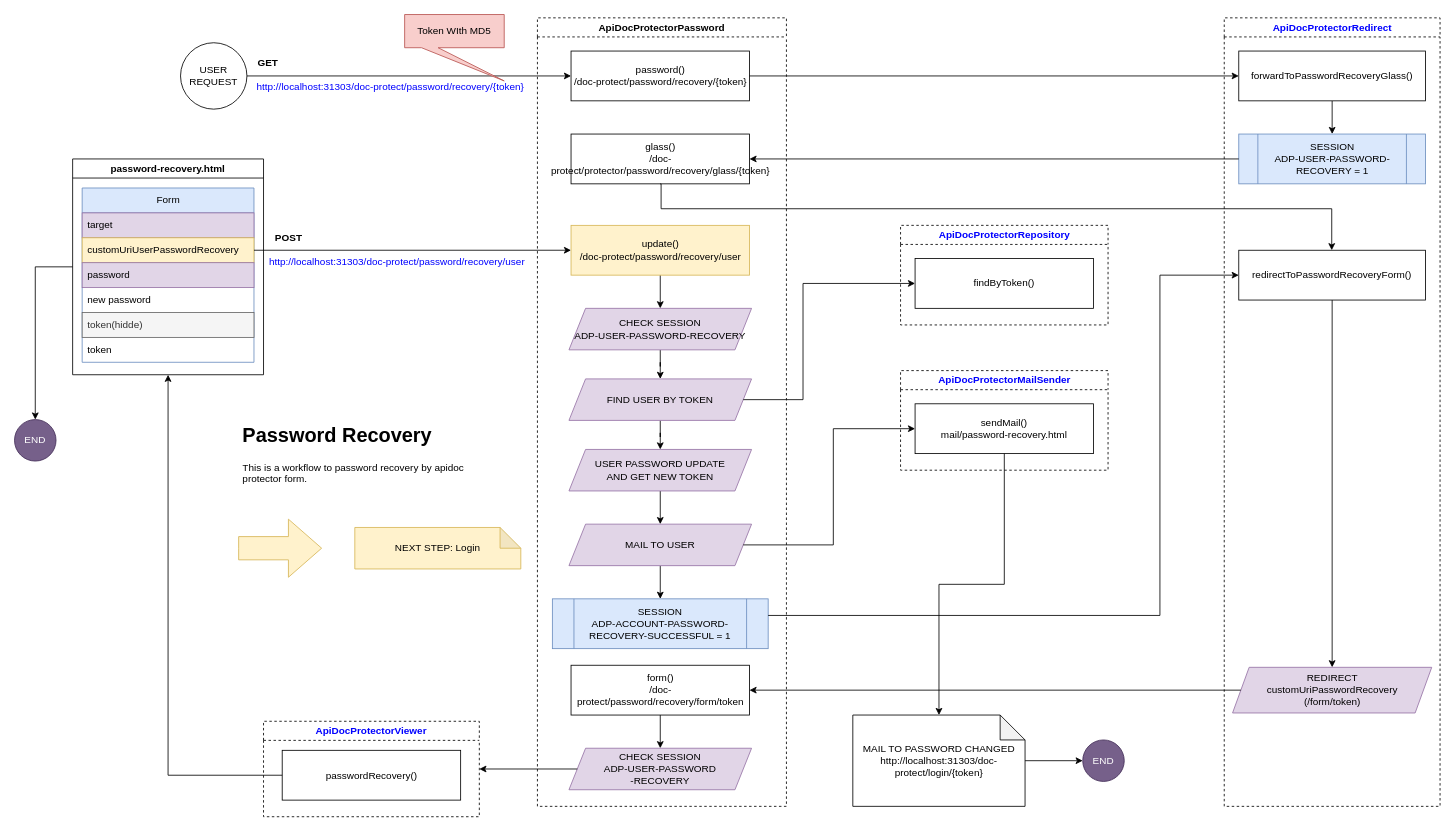
huntercodexs/apidocprotector keeps this draw.io diagram as page "Password Recovery" (8 of 16) of midias/diagram-flow.drawio. Above is the earlier version. Source tidied: cells renumbered, new cells numbered last; positions are measured from the earlier drawing's top-left corner, leaving out a move shared by most shapes. Both pictures are drawn from the tidied source at 83%, with x=0, y=0 at pixel (14, 14).
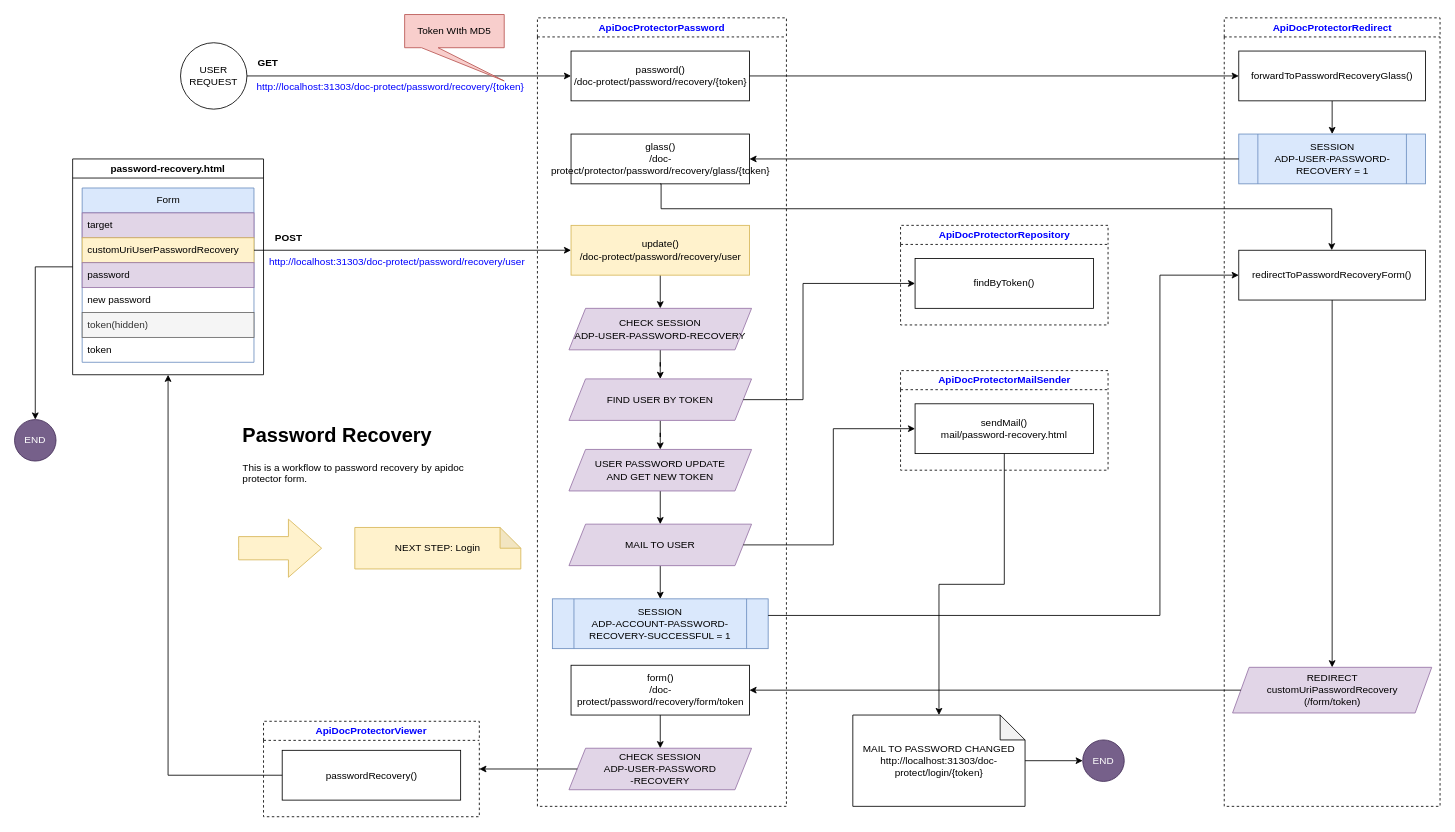
Above is the later version.

The change refers to these unchanged cells:
```xml
<mxCell id="38" value="Form" style="swimlane;fontStyle=0;horizontal=1;startSize=30;whiteSpace=wrap;html=1;fillColor=#dae8fc;strokeColor=#6c8ebf;" parent="37" vertex="1">
  <mxGeometry x="11.5" y="35" width="207" height="210" as="geometry" />
</mxCell>
```

What changed in the source:
```diff
@@
-    <mxCell id="4" value="ApiDocProtectorPassword" style="swimlane;whiteSpace=wrap;html=1;dashed=1;" parent="1" vertex="1">
+    <mxCell id="4" value="ApiDocProtectorPassword" style="swimlane;whiteSpace=wrap;html=1;dashed=1;fontColor=#0000FF;" parent="1" vertex="1">
       <mxGeometry x="630" y="4" width="300" height="950" as="geometry" />
     </mxCell>
@@
-    <mxCell id="43" value="token(hidde)" style="text;strokeColor=#666666;fillColor=#f5f5f5;align=left;verticalAlign=middle;spacingLeft=4;spacingRight=4;overflow=hidden;whiteSpace=wrap;html=1;fontColor=#333333;" parent="38" vertex="1">
+    <mxCell id="43" value="token(hidden)" style="text;strokeColor=#666666;fillColor=#f5f5f5;align=left;verticalAlign=middle;spacingLeft=4;spacingRight=4;overflow=hidden;whiteSpace=wrap;html=1;fontColor=#333333;" parent="38" vertex="1">
       <mxGeometry y="150" width="207" height="30" as="geometry" />
     </mxCell>
```
